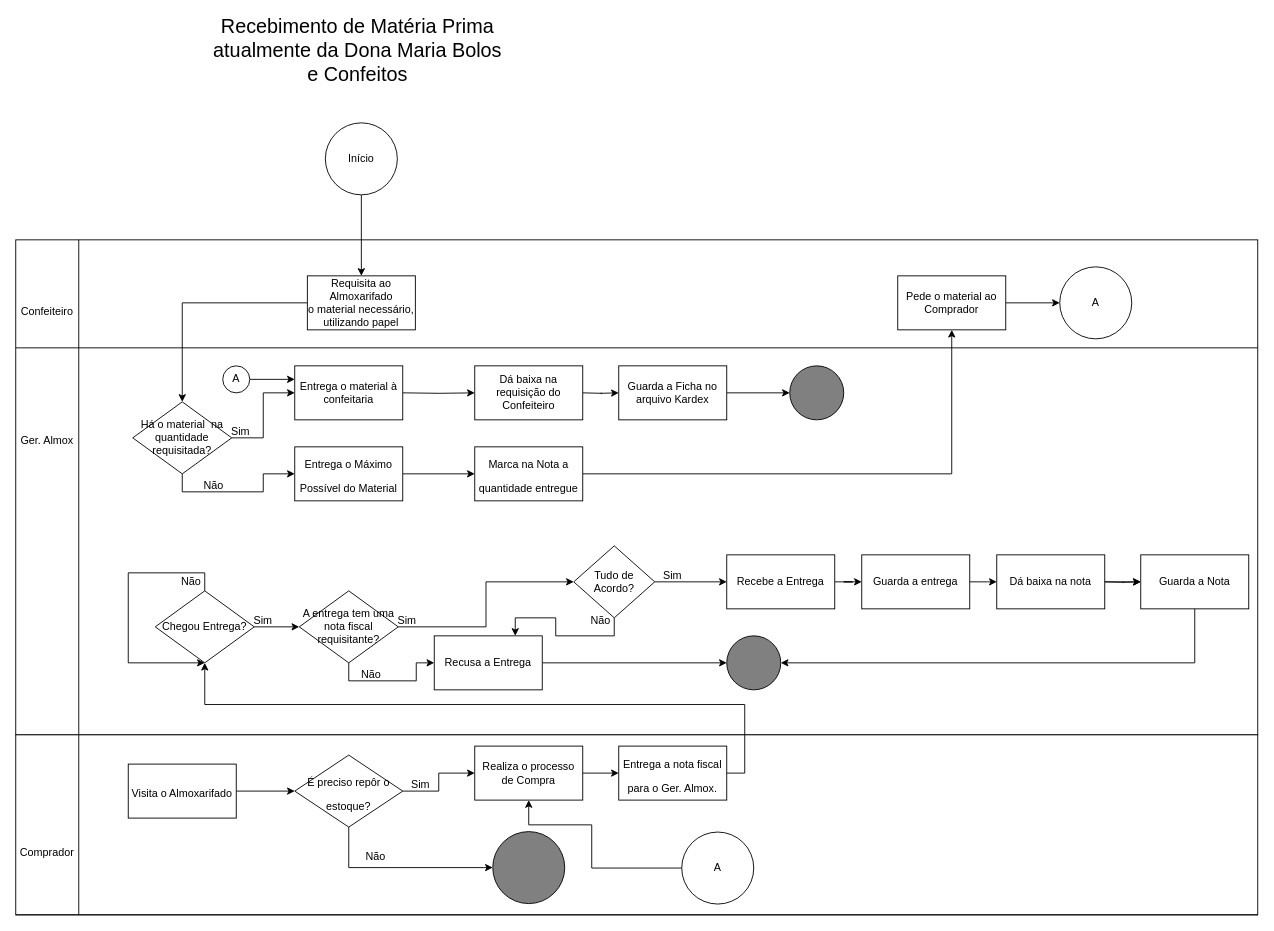
The draw.io diagram Análise de SIstemas/desenho de processo Dona Maria.drawio in Luiz-Dinani/1-Ano, before the edit. Source tidied: cells renumbered, new cells numbered last; positions are measured from the earlier drawing's top-left corner, leaving out a move shared by most shapes. Both pictures are drawn from the tidied source at 90%, with x=0, y=0 at pixel (15, 41).
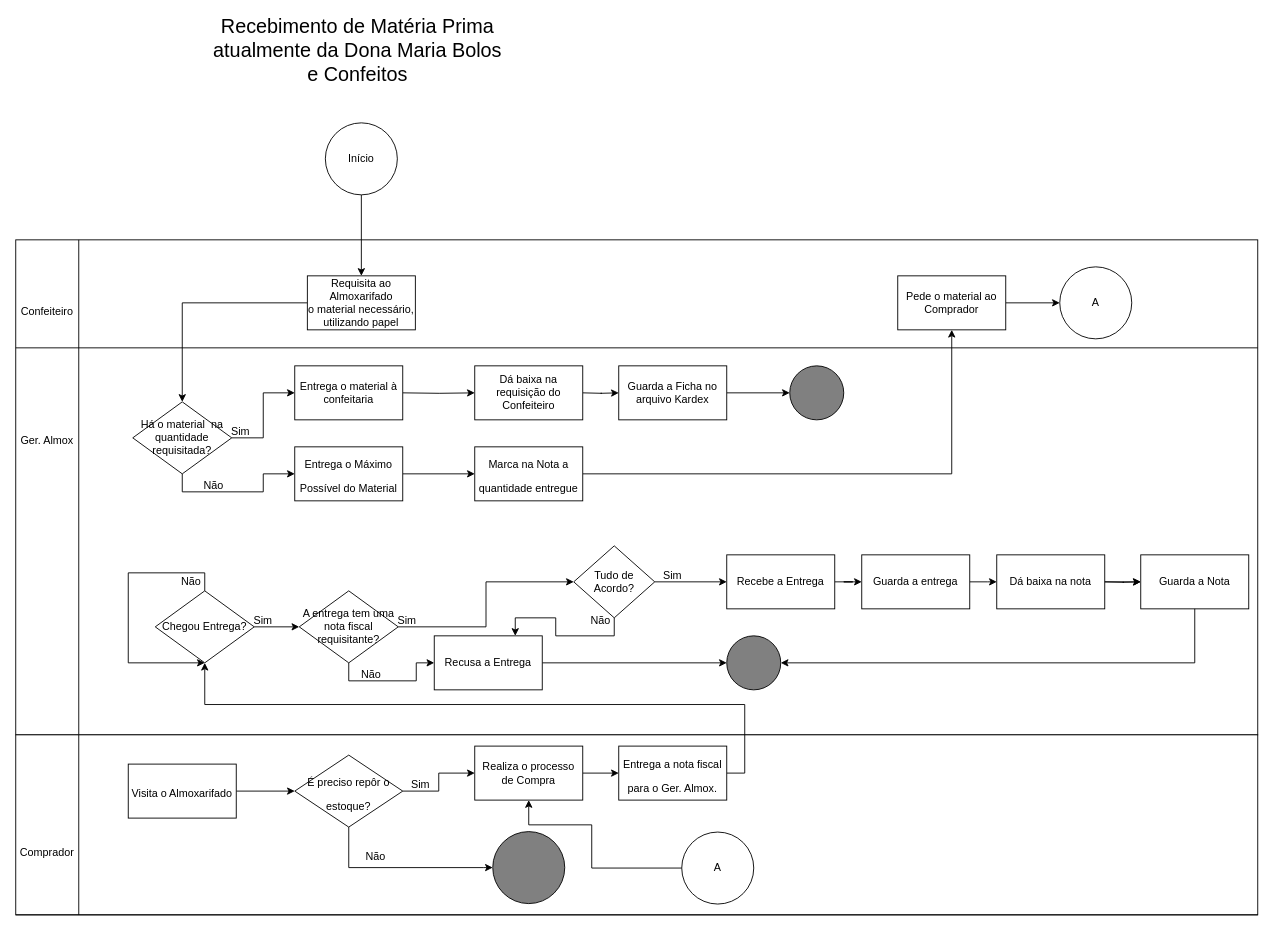
After the change.

Commit message:
Removendo uma ligação desnecessária

The change refers to these unchanged cells:
```xml
<mxCell id="26" value="&lt;span&gt;Entrega o material à confeitaria&lt;/span&gt;" style="whiteSpace=wrap;html=1;rounded=0;" parent="1" vertex="1">
  <mxGeometry x="310" y="360" width="120" height="60" as="geometry" />
</mxCell>
```

Change to the diagram source:
```diff
@@
-    <mxCell id="57" style="edgeStyle=orthogonalEdgeStyle;rounded=0;jettySize=auto;html=1;exitX=1;exitY=0.5;exitDx=0;exitDy=0;entryX=0;entryY=0.25;entryDx=0;entryDy=0;fontSize=12;" parent="1" edge="1" source="58" target="26">
-      <mxGeometry relative="1" as="geometry" />
-    </mxCell>
-    <mxCell id="58" value="A" style="ellipse;whiteSpace=wrap;html=1;labelBackgroundColor=#FFFFFF;fontSize=12;strokeColor=default;fillColor=#FFFFFF;" parent="1" vertex="1">
-      <mxGeometry x="230" y="360" width="30" height="30" as="geometry" />
-    </mxCell>
```
